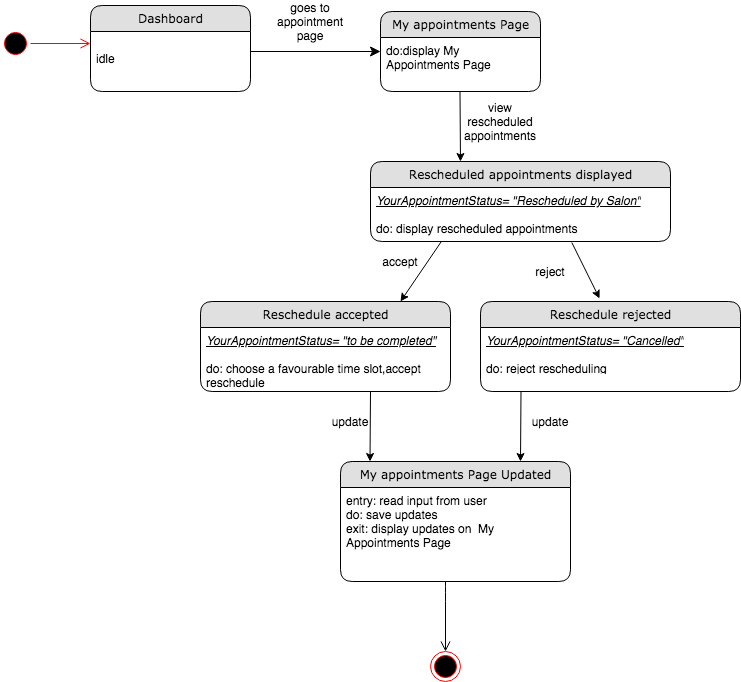
Above: Diagrams/State Chart Diagrams FINAL/ST_08  ACCEPT,REJECT RESCHEDULING.png in kkasharaj17/SE-project (draw.io), before the change. Source tidied: cells renumbered, new cells last; positions are measured from the earlier drawing's top-left corner, leaving out a move shared by most shapes. Its diagram source:
```xml
<mxGraphModel background="#ffffff">
  <root>
    <mxCell id="0" />
    <mxCell id="1" parent="0" />
    <mxCell id="2" value="Dashboard" style="swimlane;html=1;fontStyle=0;horizontal=1;startSize=26;fillColor=#e0e0e0;swimlaneFillColor=#ffffff;align=center;rounded=1;shadow=0;comic=0;labelBackgroundColor=none;strokeWidth=1;fontFamily=Verdana;fontSize=12;" parent="1" vertex="1">
      <mxGeometry x="90" width="160" height="86" as="geometry" />
    </mxCell>
    <mxCell id="3" value="&lt;br&gt;idle" style="text;html=1;strokeColor=none;fillColor=none;spacingLeft=4;spacingRight=4;whiteSpace=wrap;overflow=hidden;" parent="2" vertex="1">
      <mxGeometry y="26" width="160" height="44" as="geometry" />
    </mxCell>
    <mxCell id="4" style="edgeStyle=orthogonalEdgeStyle;html=1;labelBackgroundColor=none;startFill=0;startSize=8;endFill=1;endSize=8;fontFamily=Verdana;fontSize=12;" parent="1" edge="1" source="2">
      <mxGeometry relative="1" as="geometry">
        <mxPoint x="380" y="46" as="targetPoint" />
        <Array as="points">
          <mxPoint x="170" y="66" />
        </Array>
      </mxGeometry>
    </mxCell>
    <mxCell id="5" value="goes to appointment page" style="text;html=1;strokeColor=none;fillColor=none;align=center;verticalAlign=middle;whiteSpace=wrap;rounded=0;" parent="1" vertex="1">
      <mxGeometry x="290" y="6" width="40" height="20" as="geometry" />
    </mxCell>
    <mxCell id="6" value="My appointments Page" style="swimlane;html=1;fontStyle=0;horizontal=1;startSize=26;fillColor=#e0e0e0;swimlaneFillColor=#ffffff;align=center;rounded=1;shadow=0;comic=0;labelBackgroundColor=none;strokeWidth=1;fontFamily=Verdana;fontSize=12;" parent="1" vertex="1">
      <mxGeometry x="380" y="6" width="160" height="80" as="geometry" />
    </mxCell>
    <mxCell id="7" value="do:display My Appointments Page" style="text;html=1;strokeColor=none;fillColor=none;spacingLeft=4;spacingRight=4;whiteSpace=wrap;overflow=hidden;" parent="6" vertex="1">
      <mxGeometry y="26" width="160" height="34" as="geometry" />
    </mxCell>
    <mxCell id="8" style="endArrow=classic;html=1;" parent="1" edge="1">
      <mxGeometry relative="1" as="geometry">
        <mxPoint x="459.5" y="86" as="sourcePoint" />
        <mxPoint x="460" y="156" as="targetPoint" />
      </mxGeometry>
    </mxCell>
    <mxCell id="9" style="endArrow=classic;html=1;" parent="1" edge="1">
      <mxGeometry relative="1" as="geometry">
        <mxPoint x="454.5" y="216" as="sourcePoint" />
        <mxPoint x="400" y="296" as="targetPoint" />
      </mxGeometry>
    </mxCell>
    <mxCell id="10" style="ellipse;html=1;shape=startState;fillColor=#000000;strokeColor=#ff0000;" parent="1" vertex="1">
      <mxGeometry y="23" width="30" height="30" as="geometry" />
    </mxCell>
    <mxCell id="11" style="edgeStyle=orthogonalEdgeStyle;html=1;verticalAlign=bottom;endArrow=open;endSize=8;strokeColor=#ff0000;" parent="1" edge="1" source="10">
      <mxGeometry relative="1" as="geometry">
        <mxPoint x="90" y="38" as="targetPoint" />
      </mxGeometry>
    </mxCell>
    <mxCell id="12" style="ellipse;html=1;shape=endState;fillColor=#000000;strokeColor=#ff0000;" parent="1" vertex="1">
      <mxGeometry x="430" y="646" width="30" height="30" as="geometry" />
    </mxCell>
    <mxCell id="13" style="endArrow=classic;html=1;" parent="1" edge="1">
      <mxGeometry relative="1" as="geometry">
        <mxPoint x="370" y="386" as="sourcePoint" />
        <mxPoint x="369.5" y="456" as="targetPoint" />
      </mxGeometry>
    </mxCell>
    <mxCell id="14" value="view rescheduled&lt;br&gt;appointments" style="text;html=1;strokeColor=none;fillColor=none;align=center;verticalAlign=middle;whiteSpace=wrap;rounded=0;" parent="1" vertex="1">
      <mxGeometry x="480" y="106" width="40" height="20" as="geometry" />
    </mxCell>
    <mxCell id="15" style="endArrow=classic;html=1;entryX=0.458;entryY=-0.033;entryDx=0;entryDy=0;entryPerimeter=0;exitX=0.671;exitY=1.019;exitDx=0;exitDy=0;exitPerimeter=0;" parent="1" edge="1" source="26" target="18">
      <mxGeometry relative="1" as="geometry" />
    </mxCell>
    <mxCell id="16" value="Reschedule accepted" style="swimlane;html=1;fontStyle=0;horizontal=1;startSize=26;fillColor=#e0e0e0;swimlaneFillColor=#ffffff;align=center;rounded=1;shadow=0;comic=0;labelBackgroundColor=none;strokeWidth=1;fontFamily=Verdana;fontSize=12;" parent="1" vertex="1">
      <mxGeometry x="200" y="296" width="250" height="90" as="geometry" />
    </mxCell>
    <mxCell id="17" value="&lt;i&gt;&lt;u&gt;YourAppointmentStatus= &quot;to be completed&quot;&lt;/u&gt;&lt;/i&gt;&lt;br&gt;&lt;br&gt;do: choose a favourable time slot,accept reschedule&lt;br&gt;&amp;nbsp;" style="text;html=1;strokeColor=none;fillColor=none;spacingLeft=4;spacingRight=4;whiteSpace=wrap;overflow=hidden;" parent="16" vertex="1">
      <mxGeometry y="26" width="250" height="64" as="geometry" />
    </mxCell>
    <mxCell id="18" value="Reschedule rejected" style="swimlane;html=1;fontStyle=0;horizontal=1;startSize=26;fillColor=#e0e0e0;swimlaneFillColor=#ffffff;align=center;rounded=1;shadow=0;comic=0;labelBackgroundColor=none;strokeWidth=1;fontFamily=Verdana;fontSize=12;" parent="1" vertex="1">
      <mxGeometry x="480" y="296" width="260" height="90" as="geometry" />
    </mxCell>
    <mxCell id="19" value="&lt;i&gt;&lt;u&gt;YourAppointmentStatus= &quot;Cancelled&quot;&lt;/u&gt;&lt;/i&gt;&lt;br&gt;&lt;br&gt;do: reject rescheduling&amp;nbsp;&lt;br&gt;&amp;nbsp;" style="text;html=1;strokeColor=none;fillColor=none;spacingLeft=4;spacingRight=4;whiteSpace=wrap;overflow=hidden;" parent="18" vertex="1">
      <mxGeometry y="26" width="260" height="44" as="geometry" />
    </mxCell>
    <mxCell id="20" style="endArrow=classic;html=1;" parent="1" edge="1">
      <mxGeometry relative="1" as="geometry">
        <mxPoint x="520.5" y="386" as="sourcePoint" />
        <mxPoint x="520" y="456" as="targetPoint" />
      </mxGeometry>
    </mxCell>
    <mxCell id="21" style="edgeStyle=orthogonalEdgeStyle;html=1;verticalAlign=bottom;endArrow=open;endSize=8;strokeColor=#000000;" parent="1" edge="1">
      <mxGeometry relative="1" as="geometry">
        <mxPoint x="445" y="576" as="sourcePoint" />
        <mxPoint x="445" y="646" as="targetPoint" />
        <Array as="points">
          <mxPoint x="445" y="586" />
          <mxPoint x="445" y="586" />
        </Array>
      </mxGeometry>
    </mxCell>
    <mxCell id="22" value="update" style="text;html=1;strokeColor=none;fillColor=none;align=center;verticalAlign=middle;whiteSpace=wrap;rounded=0;" parent="1" vertex="1">
      <mxGeometry x="330" y="406" width="40" height="20" as="geometry" />
    </mxCell>
    <mxCell id="23" value="accept" style="text;html=1;strokeColor=none;fillColor=none;align=center;verticalAlign=middle;whiteSpace=wrap;rounded=0;" parent="1" vertex="1">
      <mxGeometry x="380" y="246" width="40" height="20" as="geometry" />
    </mxCell>
    <mxCell id="24" value="reject" style="text;html=1;strokeColor=none;fillColor=none;align=center;verticalAlign=middle;whiteSpace=wrap;rounded=0;" parent="1" vertex="1">
      <mxGeometry x="530" y="256" width="40" height="20" as="geometry" />
    </mxCell>
    <mxCell id="25" value="Rescheduled appointments displayed" style="swimlane;html=1;fontStyle=0;horizontal=1;startSize=26;fillColor=#e0e0e0;swimlaneFillColor=#ffffff;align=center;rounded=1;shadow=0;comic=0;labelBackgroundColor=none;strokeWidth=1;fontFamily=Verdana;fontSize=12;" parent="1" vertex="1">
      <mxGeometry x="370" y="156" width="300" height="80" as="geometry" />
    </mxCell>
    <mxCell id="26" value="&lt;i&gt;&lt;u&gt;YourAppointmentStatus= &quot;Rescheduled by Salon&quot;&lt;/u&gt;&lt;/i&gt;&lt;br&gt;&lt;br&gt;do: display rescheduled appointments" style="text;html=1;strokeColor=none;fillColor=none;spacingLeft=4;spacingRight=4;whiteSpace=wrap;overflow=hidden;points=[[0,0.5],[1,0.5]];portConstraint=eastwest;" parent="25" vertex="1">
      <mxGeometry y="26" width="300" height="54" as="geometry" />
    </mxCell>
    <mxCell id="27" value="My appointments Page Updated" style="swimlane;html=1;fontStyle=0;horizontal=1;startSize=26;fillColor=#e0e0e0;swimlaneFillColor=#ffffff;align=center;rounded=1;shadow=0;comic=0;labelBackgroundColor=none;strokeWidth=1;fontFamily=Verdana;fontSize=12;" parent="1" vertex="1">
      <mxGeometry x="340" y="456" width="230" height="120" as="geometry" />
    </mxCell>
    <mxCell id="28" value="entry: read input from user&lt;br&gt;do: save updates&lt;br&gt;exit: display updates on&amp;nbsp; My Appointments Page" style="text;html=1;strokeColor=none;fillColor=none;spacingLeft=4;spacingRight=4;whiteSpace=wrap;overflow=hidden;" parent="27" vertex="1">
      <mxGeometry y="26" width="230" height="94" as="geometry" />
    </mxCell>
    <mxCell id="29" value="update" style="text;html=1;strokeColor=none;fillColor=none;align=center;verticalAlign=middle;whiteSpace=wrap;rounded=0;" parent="1" vertex="1">
      <mxGeometry x="530" y="406" width="40" height="20" as="geometry" />
    </mxCell>
  </root>
</mxGraphModel>
```
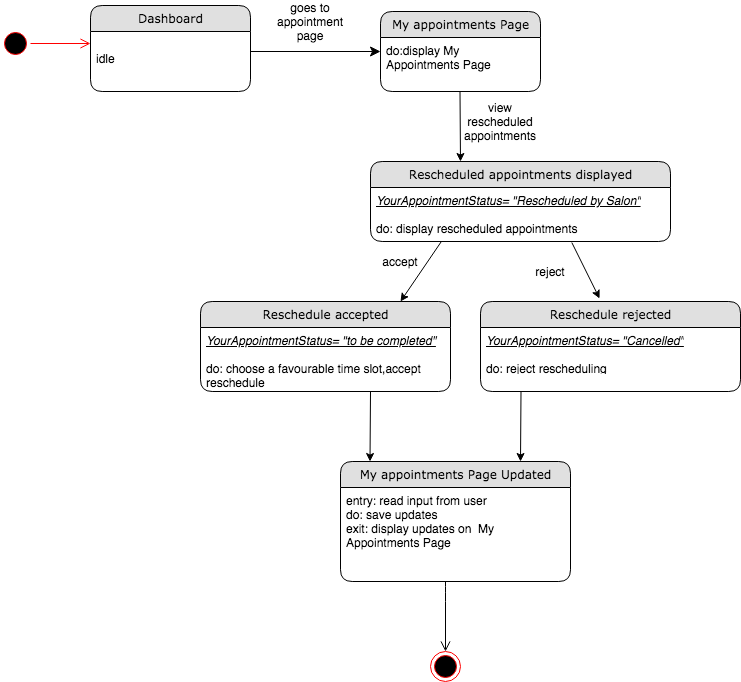
The same diagram one commit later.

Change to the diagram source:
```diff
@@ -88,9 +88,6 @@
         </Array>
       </mxGeometry>
     </mxCell>
-    <mxCell id="22" value="update" style="text;html=1;strokeColor=none;fillColor=none;align=center;verticalAlign=middle;whiteSpace=wrap;rounded=0;" parent="1" vertex="1">
-      <mxGeometry x="330" y="406" width="40" height="20" as="geometry" />
-    </mxCell>
     <mxCell id="23" value="accept" style="text;html=1;strokeColor=none;fillColor=none;align=center;verticalAlign=middle;whiteSpace=wrap;rounded=0;" parent="1" vertex="1">
       <mxGeometry x="380" y="246" width="40" height="20" as="geometry" />
     </mxCell>
@@ -109,8 +106,5 @@
     <mxCell id="28" value="entry: read input from user&lt;br&gt;do: save updates&lt;br&gt;exit: display updates on&amp;nbsp; My Appointments Page" style="text;html=1;strokeColor=none;fillColor=none;spacingLeft=4;spacingRight=4;whiteSpace=wrap;overflow=hidden;" parent="27" vertex="1">
       <mxGeometry y="26" width="230" height="94" as="geometry" />
     </mxCell>
-    <mxCell id="29" value="update" style="text;html=1;strokeColor=none;fillColor=none;align=center;verticalAlign=middle;whiteSpace=wrap;rounded=0;" parent="1" vertex="1">
-      <mxGeometry x="530" y="406" width="40" height="20" as="geometry" />
-    </mxCell>
   </root>
 </mxGraphModel>
```
